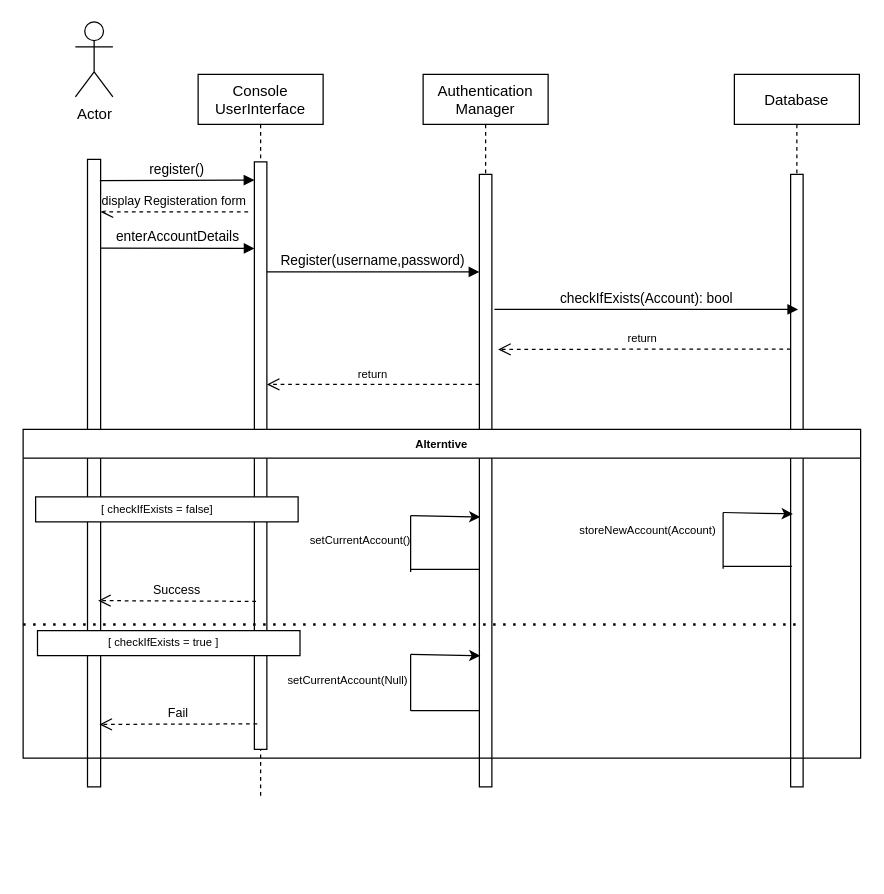
The draw.io diagram diagrams/registrationDiagram.drawio in KareemMAX/CarApp, before the edit. Source tidied: cells renumbered, new cells numbered last; positions are measured from the earlier drawing's top-left corner, leaving out a move shared by most shapes. Both pictures are drawn from the tidied source at 125%, with x=0, y=0 at pixel (22, 21).
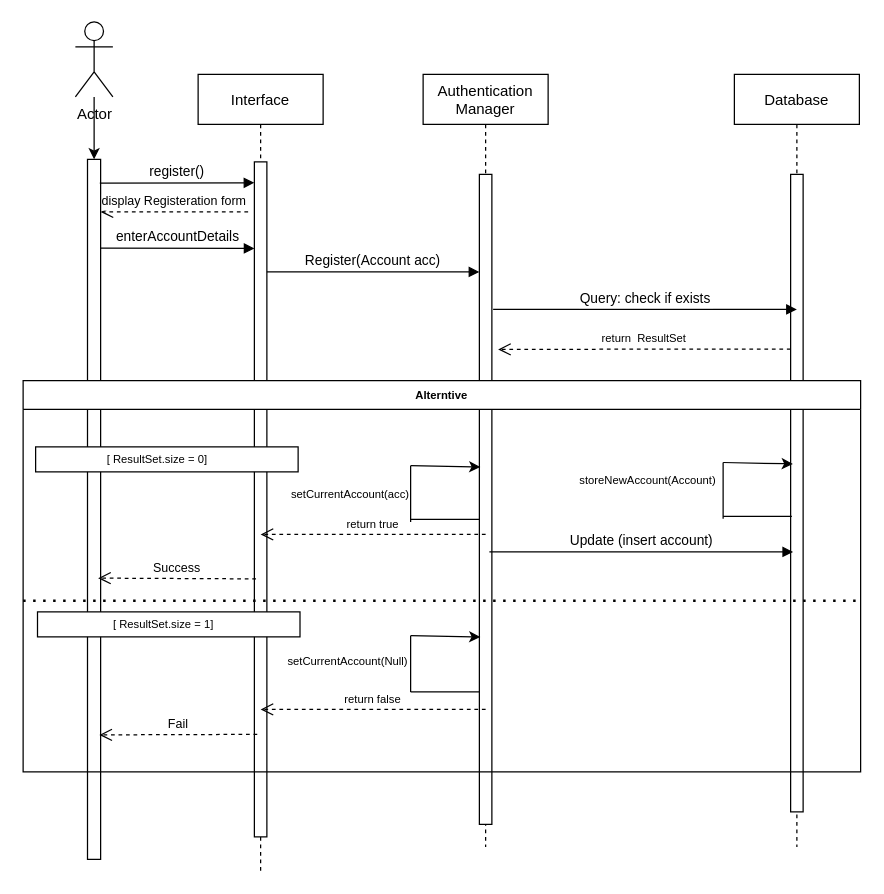
Above is the later version.

Commit message (it also covers changes not shown here):
Updated UML sequence diagrams authored by @Khaled-Waled

Unchanged cells that the change refers to:
```xml
<mxCell id="10" value="Actor" style="shape=umlActor;verticalLabelPosition=bottom;verticalAlign=top;html=1;outlineConnect=0;" parent="1" vertex="1">
  <mxGeometry x="41.8" width="30" height="60" as="geometry" />
</mxCell>
```

Change to the diagram source:
```diff
@@
     <mxCell id="2" style="whiteSpace=wrap;html=1;verticalAlign=top;" parent="1" vertex="1">
-      <mxGeometry x="51.5" y="110" width="10.5" height="502" as="geometry" />
+      <mxGeometry x="51.5" y="110" width="10.5" height="560" as="geometry" />
     </mxCell>
-    <mxCell id="3" value="Console&#10;UserInterface" style="shape=umlLifeline;perimeter=lifelinePerimeter;rounded=0;shadow=0;strokeWidth=1;" parent="1" vertex="1">
-      <mxGeometry x="140" y="42" width="100" height="580" as="geometry" />
+    <mxCell id="3" value="Interface" style="shape=umlLifeline;perimeter=lifelinePerimeter;rounded=0;shadow=0;strokeWidth=1;" parent="1" vertex="1">
+      <mxGeometry x="140" y="42" width="100" height="638" as="geometry" />
     </mxCell>
     <mxCell id="4" style="points=[];perimeter=orthogonalPerimeter;rounded=0;shadow=0;strokeWidth=1;" parent="3" vertex="1">
-      <mxGeometry x="45" y="70" width="10" height="470" as="geometry" />
+      <mxGeometry x="45" y="70" width="10" height="540" as="geometry" />
     </mxCell>
@@
     <mxCell id="6" value="Authentication&#10;Manager" style="shape=umlLifeline;perimeter=lifelinePerimeter;rounded=0;shadow=0;strokeWidth=1;" parent="1" vertex="1">
-      <mxGeometry x="320" y="42" width="100" height="570" as="geometry" />
+      <mxGeometry x="320" y="42" width="100" height="618" as="geometry" />
     </mxCell>
     <mxCell id="7" style="perimeter=orthogonalPerimeter;rounded=0;shadow=0;strokeWidth=1;" parent="6" vertex="1">
-      <mxGeometry x="45" y="80" width="10" height="490" as="geometry" />
+      <mxGeometry x="45" y="80" width="10" height="520" as="geometry" />
     </mxCell>
-    <mxCell id="8" value="return" style="verticalAlign=bottom;endArrow=open;dashed=1;endSize=8;exitX=0;exitY=0.95;shadow=0;strokeWidth=1;fontSize=9;" parent="1" edge="1">
-      <mxGeometry relative="1" as="geometry">
-        <mxPoint x="365" y="290" as="sourcePoint" />
-        <mxPoint x="195" y="290" as="targetPoint" />
-      </mxGeometry>
-    </mxCell>
-    <mxCell id="9" value="Register(username,password)" style="verticalAlign=bottom;endArrow=block;entryX=0;entryY=0;shadow=0;strokeWidth=1;" parent="1" edge="1">
+    <mxCell id="9" value="Register(Account acc)" style="verticalAlign=bottom;endArrow=block;entryX=0;entryY=0;shadow=0;strokeWidth=1;" parent="1" edge="1">
       <mxGeometry relative="1" as="geometry">
         <mxPoint x="195" y="200" as="sourcePoint" />
         <mxPoint x="365" y="200" as="targetPoint" />
       </mxGeometry>
     </mxCell>
+    <mxCell id="37" style="edgeStyle=orthogonalEdgeStyle;rounded=0;jettySize=auto;html=1;" parent="1" edge="1" source="10" target="2">
+      <mxGeometry relative="1" as="geometry" />
+    </mxCell>
@@
     <mxCell id="13" style="endArrow=none;html=1;rounded=0;fontSize=9;" parent="1" edge="1">
       <mxGeometry relative="1" as="geometry">
-        <mxPoint x="310" y="395" as="sourcePoint" />
-        <mxPoint x="310" y="440" as="targetPoint" />
+        <mxPoint x="310" y="355" as="sourcePoint" />
+        <mxPoint x="310" y="400" as="targetPoint" />
       </mxGeometry>
     </mxCell>
     <mxCell id="14" style="endArrow=classic;html=1;rounded=0;fontSize=9;entryX=0.08;entryY=0.469;entryDx=0;entryDy=0;entryPerimeter=0;" parent="1" edge="1">
       <mxGeometry relative="1" as="geometry">
-        <mxPoint x="310" y="395" as="sourcePoint" />
-        <mxPoint x="365.8" y="396.1" as="targetPoint" />
+        <mxPoint x="310" y="355" as="sourcePoint" />
+        <mxPoint x="365.8" y="356.1" as="targetPoint" />
       </mxGeometry>
     </mxCell>
     <mxCell id="15" style="endArrow=none;html=1;rounded=0;fontSize=9;" parent="1" edge="1">
       <mxGeometry relative="1" as="geometry">
-        <mxPoint x="310" y="551" as="sourcePoint" />
-        <mxPoint x="365" y="551" as="targetPoint" />
+        <mxPoint x="310" y="536" as="sourcePoint" />
+        <mxPoint x="365" y="536" as="targetPoint" />
       </mxGeometry>
     </mxCell>
     <mxCell id="16" style="endArrow=none;html=1;rounded=0;fontSize=9;" parent="1" edge="1">
       <mxGeometry relative="1" as="geometry">
-        <mxPoint x="310" y="506" as="sourcePoint" />
-        <mxPoint x="310" y="551" as="targetPoint" />
+        <mxPoint x="310" y="491" as="sourcePoint" />
+        <mxPoint x="310" y="536" as="targetPoint" />
       </mxGeometry>
     </mxCell>
     <mxCell id="17" style="endArrow=classic;html=1;rounded=0;fontSize=9;entryX=0.08;entryY=0.469;entryDx=0;entryDy=0;entryPerimeter=0;" parent="1" edge="1">
       <mxGeometry relative="1" as="geometry">
-        <mxPoint x="310" y="506" as="sourcePoint" />
-        <mxPoint x="365.8" y="507.1" as="targetPoint" />
+        <mxPoint x="310" y="491" as="sourcePoint" />
+        <mxPoint x="365.8" y="492.1" as="targetPoint" />
       </mxGeometry>
     </mxCell>
-    <mxCell id="18" value="Fail" style="verticalAlign=bottom;endArrow=open;dashed=1;endSize=8;shadow=0;strokeWidth=1;fontSize=10;exitX=0.133;exitY=0.724;exitDx=0;exitDy=0;exitPerimeter=0;" parent="1" edge="1">
-      <mxGeometry relative="1" as="geometry">
-        <mxPoint x="187.3" y="561.6" as="sourcePoint" />
-        <mxPoint x="61" y="562" as="targetPoint" />
-      </mxGeometry>
-    </mxCell>
     <mxCell id="19" value="Database" style="shape=umlLifeline;perimeter=lifelinePerimeter;rounded=0;shadow=0;strokeWidth=1;" parent="1" vertex="1">
-      <mxGeometry x="569" y="42" width="100" height="570" as="geometry" />
+      <mxGeometry x="569" y="42" width="100" height="618" as="geometry" />
     </mxCell>
     <mxCell id="20" style="perimeter=orthogonalPerimeter;rounded=0;shadow=0;strokeWidth=1;" parent="19" vertex="1">
-      <mxGeometry x="45" y="80" width="10" height="490" as="geometry" />
+      <mxGeometry x="45" y="80" width="10" height="510" as="geometry" />
     </mxCell>
-    <mxCell id="21" value="return " style="verticalAlign=bottom;endArrow=open;dashed=1;endSize=8;exitX=0;exitY=0.95;shadow=0;strokeWidth=1;fontSize=9;" parent="19" edge="1">
+    <mxCell id="21" value="return  ResultSet" style="verticalAlign=bottom;endArrow=open;dashed=1;endSize=8;exitX=0;exitY=0.95;shadow=0;strokeWidth=1;fontSize=9;" parent="19" edge="1">
       <mxGeometry relative="1" as="geometry">
         <mxPoint x="45" y="219.7" as="sourcePoint" />
         <mxPoint x="-189" y="220" as="targetPoint" />
       </mxGeometry>
     </mxCell>
-    <mxCell id="22" value="checkIfExists(Account): bool" style="verticalAlign=bottom;endArrow=block;shadow=0;strokeWidth=1;fontSize=11;" parent="1" edge="1">
+    <mxCell id="22" value="Query: check if exists" style="verticalAlign=bottom;endArrow=block;shadow=0;strokeWidth=1;fontSize=11;" parent="1" edge="1">
       <mxGeometry relative="1" as="geometry">
-        <mxPoint x="377" y="230" as="sourcePoint" />
-        <mxPoint x="620" y="230" as="targetPoint" />
+        <mxPoint x="376" y="230" as="sourcePoint" />
+        <mxPoint x="619" y="230" as="targetPoint" />
       </mxGeometry>
     </mxCell>
     <mxCell id="23" value="Alterntive" style="swimlane;fontSize=9;" parent="1" vertex="1">
-      <mxGeometry y="326" width="670" height="263" as="geometry" />
+      <mxGeometry y="287" width="670" height="313" as="geometry" />
     </mxCell>
     <mxCell id="24" style="rounded=0;whiteSpace=wrap;html=1;fontSize=9;" parent="23" vertex="1">
-      <mxGeometry x="10" y="54" width="210" height="20" as="geometry" />
+      <mxGeometry x="10" y="53" width="210" height="20" as="geometry" />
     </mxCell>
-    <mxCell id="25" value="[ checkIfExists = false]" style="text;html=1;strokeColor=none;fillColor=none;align=center;verticalAlign=middle;whiteSpace=wrap;rounded=0;fontSize=9;" parent="23" vertex="1">
-      <mxGeometry x="10" y="49" width="195" height="30" as="geometry" />
+    <mxCell id="25" value="[ ResultSet.size = 0]" style="text;html=1;strokeColor=none;fillColor=none;align=center;verticalAlign=middle;whiteSpace=wrap;rounded=0;fontSize=9;" parent="23" vertex="1">
+      <mxGeometry x="10" y="48" width="195" height="30" as="geometry" />
     </mxCell>
     <mxCell id="26" style="endArrow=none;html=1;rounded=0;fontSize=9;" parent="23" edge="1">
       <mxGeometry relative="1" as="geometry">
-        <mxPoint x="310" y="112" as="sourcePoint" />
-        <mxPoint x="365" y="112" as="targetPoint" />
+        <mxPoint x="310" y="111" as="sourcePoint" />
+        <mxPoint x="365" y="111" as="targetPoint" />
       </mxGeometry>
     </mxCell>
-    <mxCell id="27" value="setCurrentAccount()" style="text;html=1;strokeColor=none;fillColor=none;align=center;verticalAlign=middle;whiteSpace=wrap;rounded=0;fontSize=9;" parent="23" vertex="1">
-      <mxGeometry x="240" y="74" width="60" height="30" as="geometry" />
+    <mxCell id="27" value="setCurrentAccount(acc)" style="text;html=1;strokeColor=none;fillColor=none;align=center;verticalAlign=middle;whiteSpace=wrap;rounded=0;fontSize=9;" parent="23" vertex="1">
+      <mxGeometry x="232" y="76" width="60" height="30" as="geometry" />
     </mxCell>
     <mxCell id="28" value="Success" style="verticalAlign=bottom;endArrow=open;dashed=1;endSize=8;shadow=0;strokeWidth=1;fontSize=10;exitX=0.133;exitY=0.724;exitDx=0;exitDy=0;exitPerimeter=0;" parent="23" edge="1">
       <mxGeometry relative="1" as="geometry">
-        <mxPoint x="186.3" y="137.6" as="sourcePoint" />
-        <mxPoint x="60" y="137" as="targetPoint" />
+        <mxPoint x="186.3" y="158.6" as="sourcePoint" />
+        <mxPoint x="60" y="158" as="targetPoint" />
       </mxGeometry>
     </mxCell>
     <mxCell id="29" value="setCurrentAccount(Null)" style="text;html=1;strokeColor=none;fillColor=none;align=center;verticalAlign=middle;whiteSpace=wrap;rounded=0;fontSize=9;" parent="23" vertex="1">
-      <mxGeometry x="230" y="186" width="60" height="30" as="geometry" />
+      <mxGeometry x="230" y="210" width="60" height="30" as="geometry" />
     </mxCell>
     <mxCell id="30" style="endArrow=none;dashed=1;html=1;dashPattern=1 3;strokeWidth=2;rounded=0;fontSize=9;" parent="23" edge="1">
       <mxGeometry relative="1" as="geometry">
-        <mxPoint y="156" as="sourcePoint" />
-        <mxPoint x="620" y="156" as="targetPoint" />
+        <mxPoint y="176" as="sourcePoint" />
+        <mxPoint x="670" y="176" as="targetPoint" />
       </mxGeometry>
     </mxCell>
     <mxCell id="31" style="rounded=0;whiteSpace=wrap;html=1;fontSize=9;" parent="23" vertex="1">
-      <mxGeometry x="11.5" y="161" width="210" height="20" as="geometry" />
+      <mxGeometry x="11.5" y="185" width="210" height="20" as="geometry" />
     </mxCell>
-    <mxCell id="32" value="[ checkIfExists = true ]" style="text;html=1;strokeColor=none;fillColor=none;align=center;verticalAlign=middle;whiteSpace=wrap;rounded=0;fontSize=9;" parent="23" vertex="1">
-      <mxGeometry x="14.5" y="156" width="195" height="30" as="geometry" />
+    <mxCell id="32" value="[ ResultSet.size = 1]" style="text;html=1;strokeColor=none;fillColor=none;align=center;verticalAlign=middle;whiteSpace=wrap;rounded=0;fontSize=9;" parent="23" vertex="1">
+      <mxGeometry x="14.5" y="180" width="195" height="30" as="geometry" />
     </mxCell>
     <mxCell id="33" style="endArrow=none;html=1;rounded=0;fontSize=9;" parent="23" edge="1">
       <mxGeometry relative="1" as="geometry">
-        <mxPoint x="560" y="66.5" as="sourcePoint" />
-        <mxPoint x="560" y="111.5" as="targetPoint" />
+        <mxPoint x="560" y="65.5" as="sourcePoint" />
+        <mxPoint x="560" y="110.5" as="targetPoint" />
       </mxGeometry>
     </mxCell>
     <mxCell id="34" style="endArrow=classic;html=1;rounded=0;fontSize=9;entryX=0.08;entryY=0.469;entryDx=0;entryDy=0;entryPerimeter=0;" parent="23" edge="1">
       <mxGeometry relative="1" as="geometry">
-        <mxPoint x="560" y="66.5" as="sourcePoint" />
-        <mxPoint x="615.8" y="67.6" as="targetPoint" />
+        <mxPoint x="560" y="65.5" as="sourcePoint" />
+        <mxPoint x="615.8" y="66.6" as="targetPoint" />
       </mxGeometry>
     </mxCell>
     <mxCell id="35" style="endArrow=none;html=1;rounded=0;fontSize=9;" parent="23" edge="1">
       <mxGeometry relative="1" as="geometry">
-        <mxPoint x="560" y="109.5" as="sourcePoint" />
-        <mxPoint x="615" y="109.5" as="targetPoint" />
+        <mxPoint x="560" y="108.5" as="sourcePoint" />
+        <mxPoint x="615" y="108.5" as="targetPoint" />
       </mxGeometry>
     </mxCell>
     <mxCell id="36" value="storeNewAccount(Account)" style="text;html=1;strokeColor=none;fillColor=none;align=center;verticalAlign=middle;whiteSpace=wrap;rounded=0;fontSize=9;" parent="23" vertex="1">
-      <mxGeometry x="470" y="66" width="60" height="30" as="geometry" />
+      <mxGeometry x="470" y="65" width="60" height="30" as="geometry" />
     </mxCell>
+    <mxCell id="8" value="return true" style="verticalAlign=bottom;endArrow=open;dashed=1;endSize=8;shadow=0;strokeWidth=1;fontSize=9;" parent="23" edge="1">
+      <mxGeometry relative="1" as="geometry">
+        <mxPoint x="370" y="123" as="sourcePoint" />
+        <mxPoint x="190" y="123" as="targetPoint" />
+      </mxGeometry>
+    </mxCell>
+    <mxCell id="38" value="return false" style="verticalAlign=bottom;endArrow=open;dashed=1;endSize=8;shadow=0;strokeWidth=1;fontSize=9;" parent="23" edge="1">
+      <mxGeometry relative="1" as="geometry">
+        <mxPoint x="370" y="263" as="sourcePoint" />
+        <mxPoint x="190" y="263" as="targetPoint" />
+      </mxGeometry>
+    </mxCell>
+    <mxCell id="18" value="Fail" style="verticalAlign=bottom;endArrow=open;dashed=1;endSize=8;shadow=0;strokeWidth=1;fontSize=10;exitX=0.133;exitY=0.724;exitDx=0;exitDy=0;exitPerimeter=0;" parent="23" edge="1">
+      <mxGeometry relative="1" as="geometry">
+        <mxPoint x="187.3" y="283" as="sourcePoint" />
+        <mxPoint x="61" y="283.4" as="targetPoint" />
+      </mxGeometry>
+    </mxCell>
+    <mxCell id="39" value="Update (insert account)" style="verticalAlign=bottom;endArrow=block;shadow=0;strokeWidth=1;fontSize=11;" parent="23" edge="1">
+      <mxGeometry relative="1" as="geometry">
+        <mxPoint x="373" y="137" as="sourcePoint" />
+        <mxPoint x="616" y="137" as="targetPoint" />
+      </mxGeometry>
+    </mxCell>
```
